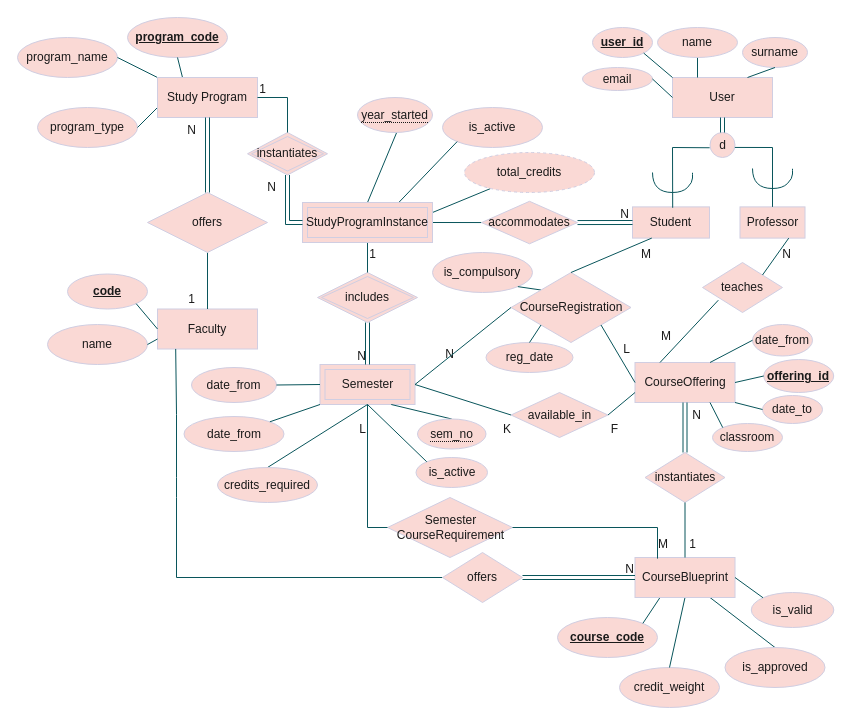
Above: DBschema.drawio in dmitru4ok/course-management (draw.io), before the change. Source tidied: cells renumbered, new cells numbered last; positions are measured from the earlier drawing's top-left corner, leaving out a move shared by most shapes. Both pictures are drawn from the tidied source at 100%, with x=0, y=0 at pixel (17, 17).
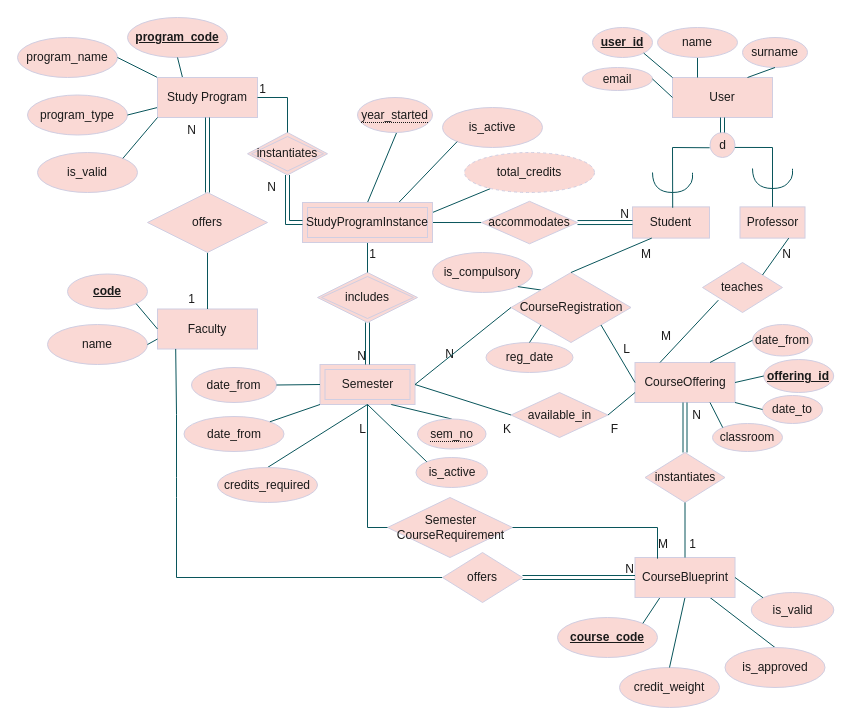
After the change.

The change refers to these unchanged cells:
```xml
<mxCell id="104" value="Study Program" style="whiteSpace=wrap;html=1;align=center;labelBackgroundColor=none;fillColor=#FAD9D5;strokeColor=#D0CEE2;fontColor=#1A1A1A;" parent="1" vertex="1">
  <mxGeometry x="140" y="60" width="100" height="40" as="geometry" />
</mxCell>
```

The edit, as a diff of the source:
```diff
@@
     <mxCell id="87" value="program_type" style="ellipse;whiteSpace=wrap;html=1;align=center;labelBackgroundColor=none;fillColor=#FAD9D5;strokeColor=#D0CEE2;fontColor=#1A1A1A;" parent="1" vertex="1">
-      <mxGeometry x="20" y="90" width="100" height="40" as="geometry" />
+      <mxGeometry x="10" y="77.5" width="100" height="40" as="geometry" />
     </mxCell>
@@
+    <mxCell id="122" value="is_valid" style="ellipse;whiteSpace=wrap;html=1;align=center;labelBackgroundColor=none;fillColor=#FAD9D5;strokeColor=#D0CEE2;fontColor=#1A1A1A;" parent="1" vertex="1">
+      <mxGeometry x="20" y="135" width="100" height="40" as="geometry" />
+    </mxCell>
+    <mxCell id="123" style="endArrow=none;html=1;rounded=0;exitX=1;exitY=0;exitDx=0;exitDy=0;entryX=0;entryY=1;entryDx=0;entryDy=0;labelBackgroundColor=none;fontColor=default;strokeColor=#09555B;" parent="1" edge="1" source="122" target="104">
+      <mxGeometry relative="1" as="geometry" />
+    </mxCell>
```
